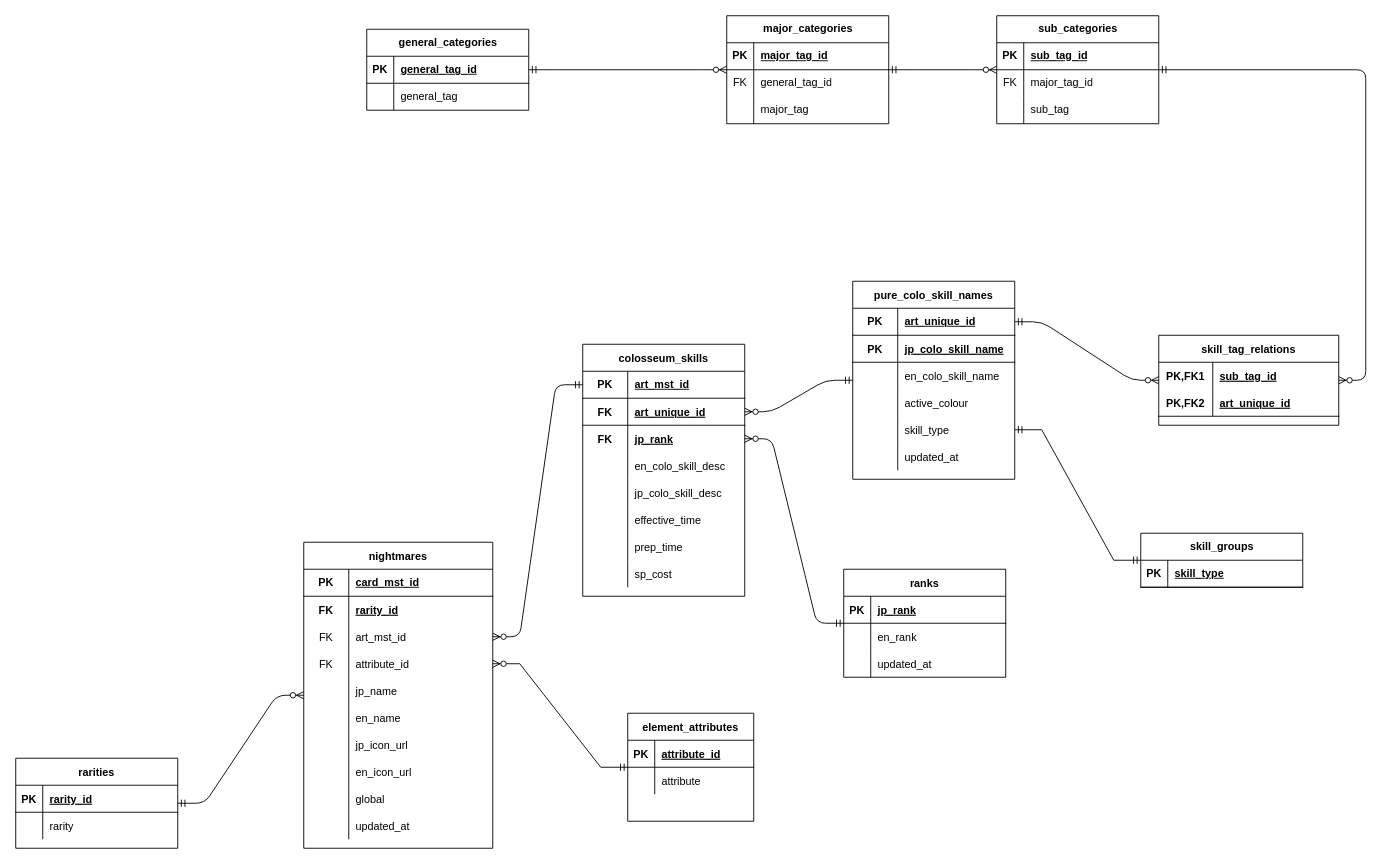
This is database/SINoALICE Nightmare Database(2).drawio from Anomalous-Sentiment/sinoalice-nightmare-sequencer, a draw.io file, before an edit. Source tidied: cells renumbered, new cells numbered last; positions are measured from the earlier drawing's top-left corner, leaving out a move shared by most shapes. Both pictures are drawn from the tidied source at 90%, with x=0, y=0 at pixel (15, 15).
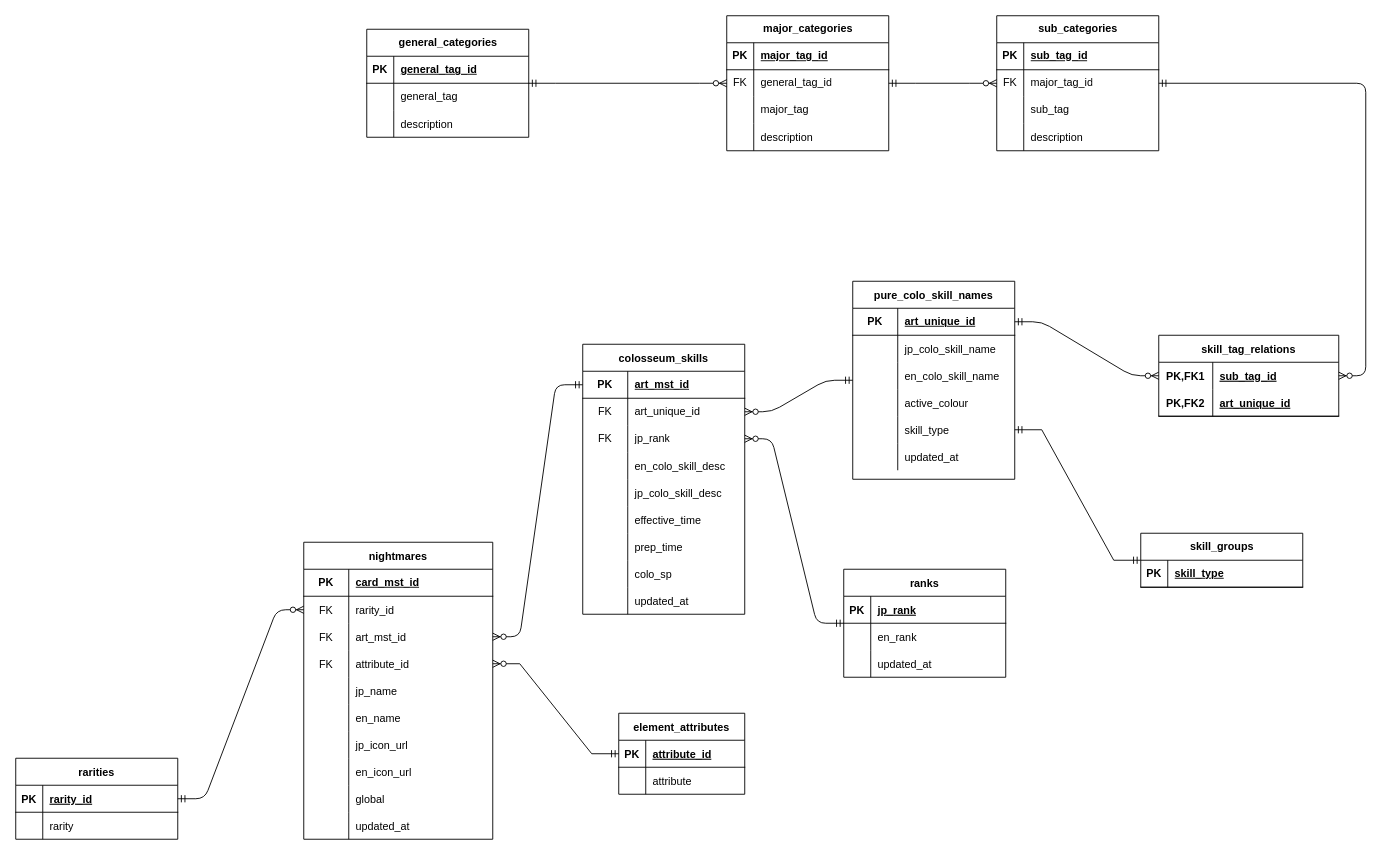
Above is the later version.

Commit message:
Added missing fields to diagram

Unchanged cells that the change refers to:
```xml
<mxCell id="24" style="shape=tableRow;horizontal=0;startSize=0;swimlaneHead=0;swimlaneBody=0;fillColor=none;top=0;left=0;right=0;bottom=0;" parent="2" vertex="1">
  <mxGeometry y="240" width="180" height="30" as="geometry" />
</mxCell>
<mxCell id="31" style="shape=tableRow;horizontal=0;startSize=0;swimlaneHead=0;swimlaneBody=0;fillColor=none;points=[[0,0.5],[1,0.5]];portConstraint=eastwest;top=0;left=0;right=0;bottom=0;" parent="27" vertex="1">
  <mxGeometry y="60" width="210" height="30" as="geometry" />
</mxCell>
<mxCell id="73" value="ranks" style="shape=table;startSize=30;childLayout=tableLayout;rowLines=0;fontStyle=1;align=center;" parent="1" vertex="1">
  <mxGeometry x="920" y="615" width="180" height="120" as="geometry" />
</mxCell>
<mxCell id="93" value="pure_colo_skill_names" style="shape=table;startSize=30;childLayout=tableLayout;rowLines=0;fontStyle=1;align=center;" parent="1" vertex="1">
  <mxGeometry x="930" y="295" width="180" height="220" as="geometry" />
</mxCell>
```

The edit, as a diff of the source:
```diff
@@
     <mxCell id="2" value="colosseum_skills" style="shape=table;startSize=30;childLayout=tableLayout;rowLines=0;fontStyle=1;align=center;" parent="1" vertex="1">
-      <mxGeometry x="630" y="365" width="180" height="280" as="geometry" />
+      <mxGeometry x="630" y="365" width="180" height="300" as="geometry" />
     </mxCell>
@@
-    <mxCell id="6" style="shape=tableRow;horizontal=0;startSize=0;swimlaneHead=0;swimlaneBody=0;fillColor=none;points=[[0,0.5],[1,0.5]];portConstraint=eastwest;top=0;left=0;right=0;bottom=1;" parent="2" vertex="1">
-      <mxGeometry y="60" width="180" height="30" as="geometry" />
-    </mxCell>
-    <mxCell id="7" value="FK" style="shape=partialRectangle;fillColor=none;top=0;left=0;bottom=0;right=0;fontStyle=1;overflow=hidden;" parent="6" vertex="1">
-      <mxGeometry width="50" height="30" as="geometry" />
-    </mxCell>
+    <mxCell id="149" style="shape=tableRow;horizontal=0;startSize=0;swimlaneHead=0;swimlaneBody=0;fillColor=none;points=[[0,0.5],[1,0.5]];portConstraint=eastwest;top=0;left=0;right=0;bottom=0;" parent="2" vertex="1">
+      <mxGeometry y="60" width="180" height="30" as="geometry" />
+    </mxCell>
+    <mxCell id="150" value="FK" style="shape=partialRectangle;fillColor=none;top=0;left=0;bottom=0;right=0;fontStyle=0;overflow=hidden;whiteSpace=wrap;html=1;" parent="149" vertex="1">
+      <mxGeometry width="50" height="30" as="geometry" />
+    </mxCell>
-    <mxCell id="8" value="art_unique_id" style="shape=partialRectangle;fillColor=none;top=0;left=0;bottom=0;right=0;align=left;spacingLeft=6;fontStyle=5;overflow=hidden;" parent="6" vertex="1">
+    <mxCell id="8" value="art_unique_id" style="shape=partialRectangle;fillColor=none;top=0;left=0;bottom=0;right=0;align=left;spacingLeft=6;fontStyle=0;overflow=hidden;whiteSpace=wrap;html=1;" parent="149" vertex="1">
       <mxGeometry x="50" width="130" height="30" as="geometry" />
     </mxCell>
-    <mxCell id="9" style="shape=partialRectangle;fillColor=none;top=0;left=0;bottom=0;right=0;points=[[0,0.5],[1,0.5]];portConstraint=eastwest;" parent="2" vertex="1">
-      <mxGeometry y="90" width="180" height="30" as="geometry" />
-    </mxCell>
-    <mxCell id="10" value="FK" style="shape=partialRectangle;fillColor=none;top=0;left=0;bottom=0;right=0;fontStyle=1;overflow=hidden;" parent="9" vertex="1">
-      <mxGeometry width="50" height="30" as="geometry" />
-    </mxCell>
+    <mxCell id="151" style="shape=tableRow;horizontal=0;startSize=0;swimlaneHead=0;swimlaneBody=0;fillColor=none;points=[[0,0.5],[1,0.5]];portConstraint=eastwest;top=0;left=0;right=0;bottom=0;" parent="2" vertex="1">
+      <mxGeometry y="90" width="180" height="30" as="geometry" />
+    </mxCell>
+    <mxCell id="152" value="FK" style="shape=partialRectangle;fillColor=none;top=0;left=0;bottom=0;right=0;fontStyle=0;overflow=hidden;whiteSpace=wrap;html=1;" parent="151" vertex="1">
+      <mxGeometry width="50" height="30" as="geometry" />
+    </mxCell>
-    <mxCell id="11" value="jp_rank" style="shape=partialRectangle;fillColor=none;top=0;left=0;bottom=0;right=0;align=left;spacingLeft=6;fontStyle=5;overflow=hidden;" parent="9" vertex="1">
+    <mxCell id="11" value="jp_rank" style="shape=partialRectangle;fillColor=none;top=0;left=0;bottom=0;right=0;align=left;spacingLeft=6;fontStyle=0;overflow=hidden;whiteSpace=wrap;html=1;" parent="151" vertex="1">
       <mxGeometry x="50" width="130" height="30" as="geometry" />
     </mxCell>
@@
-    <mxCell id="26" value="sp_cost" style="shape=partialRectangle;fillColor=none;top=0;left=0;bottom=0;right=0;align=left;spacingLeft=6;overflow=hidden;" parent="24" vertex="1">
+    <mxCell id="26" value="colo_sp" style="shape=partialRectangle;fillColor=none;top=0;left=0;bottom=0;right=0;align=left;spacingLeft=6;overflow=hidden;" parent="24" vertex="1">
       <mxGeometry x="50" width="130" height="30" as="geometry" />
     </mxCell>
+    <mxCell id="153" style="shape=tableRow;horizontal=0;startSize=0;swimlaneHead=0;swimlaneBody=0;fillColor=none;top=0;left=0;right=0;bottom=0;" parent="2" vertex="1">
+      <mxGeometry y="270" width="180" height="30" as="geometry" />
+    </mxCell>
+    <mxCell id="154" style="shape=partialRectangle;fillColor=none;top=0;left=0;bottom=0;right=0;overflow=hidden;" parent="153" vertex="1">
+      <mxGeometry width="50" height="30" as="geometry" />
+    </mxCell>
+    <mxCell id="155" value="updated_at" style="shape=partialRectangle;fillColor=none;top=0;left=0;bottom=0;right=0;align=left;spacingLeft=6;overflow=hidden;" parent="153" vertex="1">
+      <mxGeometry x="50" width="130" height="30" as="geometry" />
+    </mxCell>
     <mxCell id="27" value="nightmares" style="shape=table;startSize=30;childLayout=tableLayout;rowLines=0;fontStyle=1;align=center;" parent="1" vertex="1">
-      <mxGeometry x="320" y="585" width="210" height="340" as="geometry" />
+      <mxGeometry x="320" y="585" width="210" height="330" as="geometry" />
     </mxCell>
@@
-    <mxCell id="32" value="FK" style="shape=partialRectangle;fillColor=none;top=0;left=0;bottom=0;right=0;overflow=hidden;fontStyle=1;" parent="31" vertex="1">
-      <mxGeometry width="50" height="30" as="geometry" />
-    </mxCell>
+    <mxCell id="156" value="FK" style="shape=partialRectangle;fillColor=none;top=0;left=0;bottom=0;right=0;fontStyle=0;overflow=hidden;" parent="31" vertex="1">
+      <mxGeometry width="50" height="30" as="geometry" />
+    </mxCell>
-    <mxCell id="33" value="rarity_id" style="shape=partialRectangle;fillColor=none;top=0;left=0;bottom=0;right=0;align=left;spacingLeft=6;overflow=hidden;fontStyle=5;" parent="31" vertex="1">
+    <mxCell id="33" value="rarity_id" style="shape=partialRectangle;fillColor=none;top=0;left=0;bottom=0;right=0;align=left;spacingLeft=6;fontStyle=0;overflow=hidden;" parent="31" vertex="1">
       <mxGeometry x="50" width="160" height="30" as="geometry" />
     </mxCell>
@@
     <mxCell id="58" value="element_attributes" style="shape=table;startSize=30;childLayout=tableLayout;rowLines=0;fontStyle=1;align=center;" parent="1" vertex="1">
-      <mxGeometry x="680" y="775" width="140" height="120" as="geometry" />
+      <mxGeometry x="670" y="775" width="140" height="90" as="geometry" />
     </mxCell>
@@
     <mxCell id="66" value="skill_tag_relations" style="shape=table;startSize=30;childLayout=tableLayout;rowLines=0;fontStyle=1;align=center;" parent="1" vertex="1">
-      <mxGeometry x="1270" y="355" width="200" height="100" as="geometry" />
+      <mxGeometry x="1270" y="355" width="200" height="90" as="geometry" />
     </mxCell>
@@
     <mxCell id="83" value="rarities" style="shape=table;startSize=30;childLayout=tableLayout;rowLines=0;fontStyle=1;align=center;" parent="1" vertex="1">
-      <mxGeometry y="825" width="180" height="100" as="geometry" />
+      <mxGeometry y="825" width="180" height="90" as="geometry" />
     </mxCell>
@@
-    <mxCell id="90" style="edgeStyle=entityRelationEdgeStyle;fontSize=12;html=1;endArrow=ERzeroToMany;startArrow=ERmandOne;" parent="1" edge="1" source="73" target="9">
+    <mxCell id="90" style="edgeStyle=entityRelationEdgeStyle;fontSize=12;html=1;endArrow=ERzeroToMany;startArrow=ERmandOne;" parent="1" edge="1" source="73" target="151">
       <mxGeometry relative="1" as="geometry" />
     </mxCell>
-    <mxCell id="91" style="edgeStyle=entityRelationEdgeStyle;fontSize=12;html=1;endArrow=ERzeroToMany;startArrow=ERmandOne;" parent="1" edge="1" source="83" target="27">
+    <mxCell id="91" style="edgeStyle=entityRelationEdgeStyle;fontSize=12;html=1;endArrow=ERzeroToMany;startArrow=ERmandOne;" parent="1" edge="1" source="83" target="31">
       <mxGeometry relative="1" as="geometry" />
     </mxCell>
@@
-    <mxCell id="97" style="shape=tableRow;horizontal=0;startSize=0;swimlaneHead=0;swimlaneBody=0;fillColor=none;top=0;left=0;right=0;bottom=1;" parent="93" vertex="1">
-      <mxGeometry y="60" width="180" height="30" as="geometry" />
-    </mxCell>
-    <mxCell id="98" value="PK" style="shape=partialRectangle;fillColor=none;top=0;left=0;bottom=0;right=0;fontStyle=1;overflow=hidden;" parent="97" vertex="1">
-      <mxGeometry width="50" height="30" as="geometry" />
-    </mxCell>
+    <mxCell id="157" style="shape=tableRow;horizontal=0;startSize=0;swimlaneHead=0;swimlaneBody=0;fillColor=none;top=0;left=0;right=0;bottom=0;" parent="93" vertex="1">
+      <mxGeometry y="60" width="180" height="30" as="geometry" />
+    </mxCell>
+    <mxCell id="158" style="shape=partialRectangle;fillColor=none;top=0;left=0;bottom=0;right=0;overflow=hidden;" parent="157" vertex="1">
+      <mxGeometry width="50" height="30" as="geometry" />
+    </mxCell>
-    <mxCell id="99" value="jp_colo_skill_name" style="shape=partialRectangle;fillColor=none;top=0;left=0;bottom=0;right=0;align=left;spacingLeft=6;fontStyle=5;overflow=hidden;" parent="97" vertex="1">
+    <mxCell id="99" value="jp_colo_skill_name" style="shape=partialRectangle;fillColor=none;top=0;left=0;bottom=0;right=0;align=left;spacingLeft=6;overflow=hidden;" parent="157" vertex="1">
       <mxGeometry x="50" width="130" height="30" as="geometry" />
     </mxCell>
@@
-    <mxCell id="112" style="edgeStyle=entityRelationEdgeStyle;fontSize=12;html=1;endArrow=ERzeroToMany;startArrow=ERmandOne;entryX=1;entryY=0.5;entryDx=0;entryDy=0;" parent="1" edge="1" source="93" target="6">
+    <mxCell id="112" style="edgeStyle=entityRelationEdgeStyle;fontSize=12;html=1;endArrow=ERzeroToMany;startArrow=ERmandOne;" parent="1" edge="1" source="93" target="149">
       <mxGeometry relative="1" as="geometry" />
     </mxCell>
@@
     <mxCell id="115" value="general_categories" style="shape=table;startSize=30;childLayout=tableLayout;rowLines=0;fontStyle=1;align=center;html=1;" parent="1" vertex="1">
-      <mxGeometry x="390" y="15" width="180" height="90" as="geometry" />
+      <mxGeometry x="390" y="15" width="180" height="120" as="geometry" />
     </mxCell>
@@
+    <mxCell id="159" style="shape=tableRow;horizontal=0;startSize=0;swimlaneHead=0;swimlaneBody=0;fillColor=none;top=0;left=0;right=0;bottom=0;" parent="115" vertex="1">
+      <mxGeometry y="90" width="180" height="30" as="geometry" />
+    </mxCell>
+    <mxCell id="160" style="shape=partialRectangle;fillColor=none;top=0;left=0;bottom=0;right=0;overflow=hidden;" parent="159" vertex="1">
+      <mxGeometry width="30" height="30" as="geometry" />
+    </mxCell>
+    <mxCell id="161" value="description" style="shape=partialRectangle;fillColor=none;top=0;left=0;bottom=0;right=0;align=left;spacingLeft=6;overflow=hidden;" parent="159" vertex="1">
+      <mxGeometry x="30" width="150" height="30" as="geometry" />
+    </mxCell>
     <mxCell id="122" value="major_categories" style="shape=table;startSize=30;childLayout=tableLayout;rowLines=0;fontStyle=1;align=center;html=1;" parent="1" vertex="1">
-      <mxGeometry x="790" width="180" height="120" as="geometry" />
+      <mxGeometry x="790" width="180" height="150" as="geometry" />
     </mxCell>
@@
+    <mxCell id="162" style="shape=tableRow;horizontal=0;startSize=0;swimlaneHead=0;swimlaneBody=0;fillColor=none;top=0;left=0;right=0;bottom=0;" parent="122" vertex="1">
+      <mxGeometry y="120" width="180" height="30" as="geometry" />
+    </mxCell>
+    <mxCell id="163" style="shape=partialRectangle;fillColor=none;top=0;left=0;bottom=0;right=0;overflow=hidden;" parent="162" vertex="1">
+      <mxGeometry width="30" height="30" as="geometry" />
+    </mxCell>
+    <mxCell id="164" value="description" style="shape=partialRectangle;fillColor=none;top=0;left=0;bottom=0;right=0;align=left;spacingLeft=6;overflow=hidden;" parent="162" vertex="1">
+      <mxGeometry x="30" width="150" height="30" as="geometry" />
+    </mxCell>
     <mxCell id="132" value="sub_categories" style="shape=table;startSize=30;childLayout=tableLayout;rowLines=0;fontStyle=1;align=center;html=1;" parent="1" vertex="1">
-      <mxGeometry x="1090" width="180" height="120" as="geometry" />
+      <mxGeometry x="1090" width="180" height="150" as="geometry" />
     </mxCell>
@@
+    <mxCell id="165" style="shape=tableRow;horizontal=0;startSize=0;swimlaneHead=0;swimlaneBody=0;fillColor=none;top=0;left=0;right=0;bottom=0;" parent="132" vertex="1">
+      <mxGeometry y="120" width="180" height="30" as="geometry" />
+    </mxCell>
+    <mxCell id="166" style="shape=partialRectangle;fillColor=none;top=0;left=0;bottom=0;right=0;overflow=hidden;" parent="165" vertex="1">
+      <mxGeometry width="30" height="30" as="geometry" />
+    </mxCell>
+    <mxCell id="167" value="description" style="shape=partialRectangle;fillColor=none;top=0;left=0;bottom=0;right=0;align=left;spacingLeft=6;overflow=hidden;" parent="165" vertex="1">
+      <mxGeometry x="30" width="150" height="30" as="geometry" />
+    </mxCell>
```
